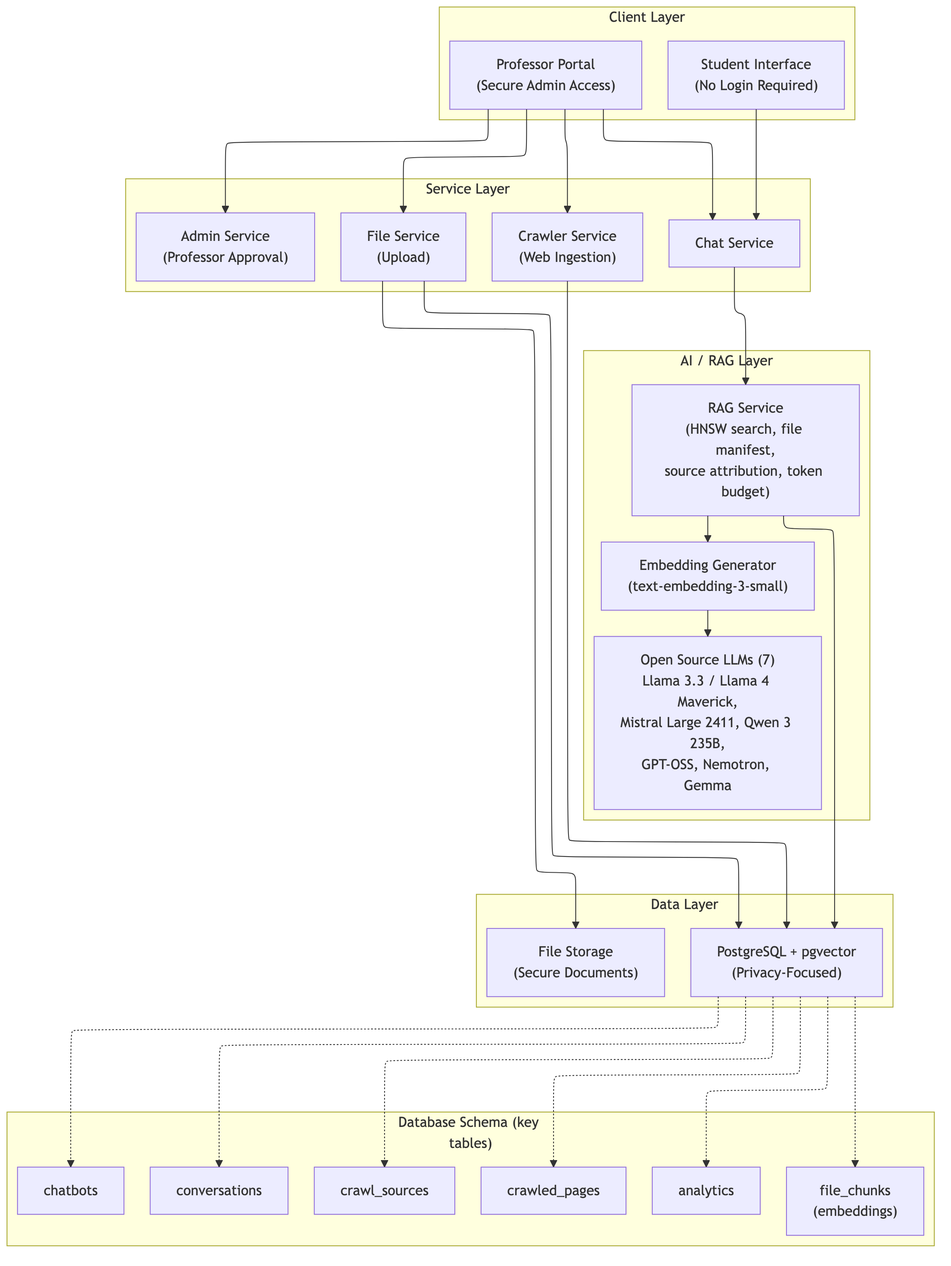
Above: diagrams/architecture/system_architecture_simple.png in akhileshrangani4/teachanything (Mermaid), before the change. Its source is kept beside it as diagrams/architecture/system_architecture_simple.mmd.
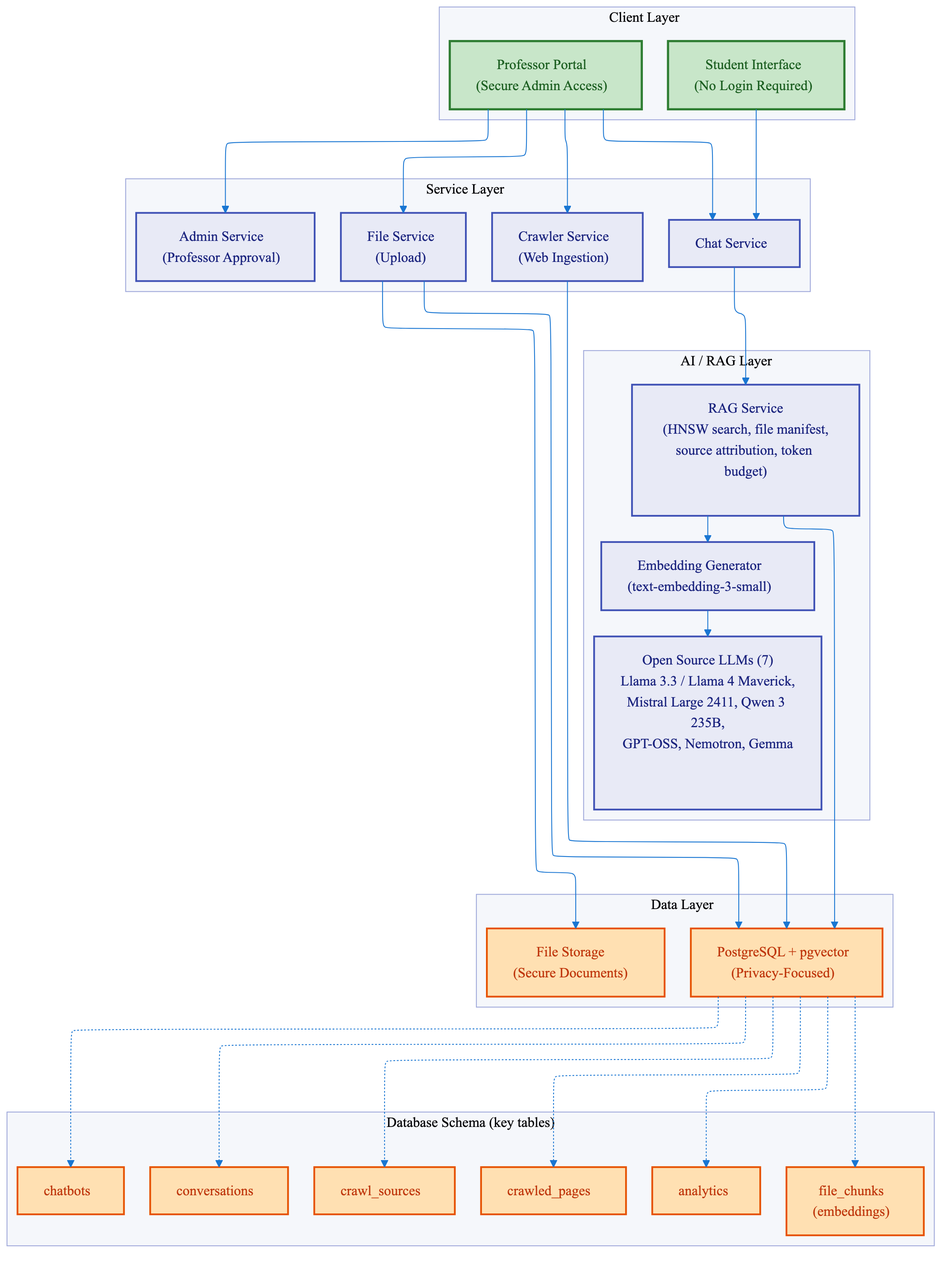
Above is the later version.

Commit message:
docs(diagrams): theme simple diagrams to mimic prior hand-crafted style

Change to the diagram source:
```diff
@@ -2,6 +2,7 @@
 config:
   layout: elk
 ---
+%%{init: {'theme':'base', 'themeVariables': { 'primaryColor':'#E8EAF6', 'primaryBorderColor':'#3F51B5', 'primaryTextColor':'#1A237E', 'lineColor':'#1976D2', 'clusterBkg':'#F5F7FB', 'clusterBorder':'#9FA8DA', 'fontFamily':'Inter, Helvetica, Arial, sans-serif' }}}%%
 flowchart TB
  subgraph client["Client Layer"]
    Student["Student Interface<br>(No Login Required)"]
@@ -39,3 +40,10 @@
  RAG --> Embeddings & Postgres
  Embeddings --> Models
  Postgres -.-> Conversations & FileChunks & Chatbots & CrawlSources & CrawledPages & Analytics
+
+ classDef entry fill:#C8E6C9,stroke:#2E7D32,stroke-width:2.5px,color:#1B5E20
+ classDef box fill:#E8EAF6,stroke:#3F51B5,stroke-width:2px,color:#1A237E
+ classDef store fill:#FFE0B2,stroke:#E65100,stroke-width:2px,color:#BF360C
+ class Student,Professor entry
+ class FileService,CrawlerService,ChatService,AdminService,RAG,Embeddings,Models box
+ class Storage,Postgres,Conversations,FileChunks,Chatbots,CrawlSources,CrawledPages,Analytics store
```
